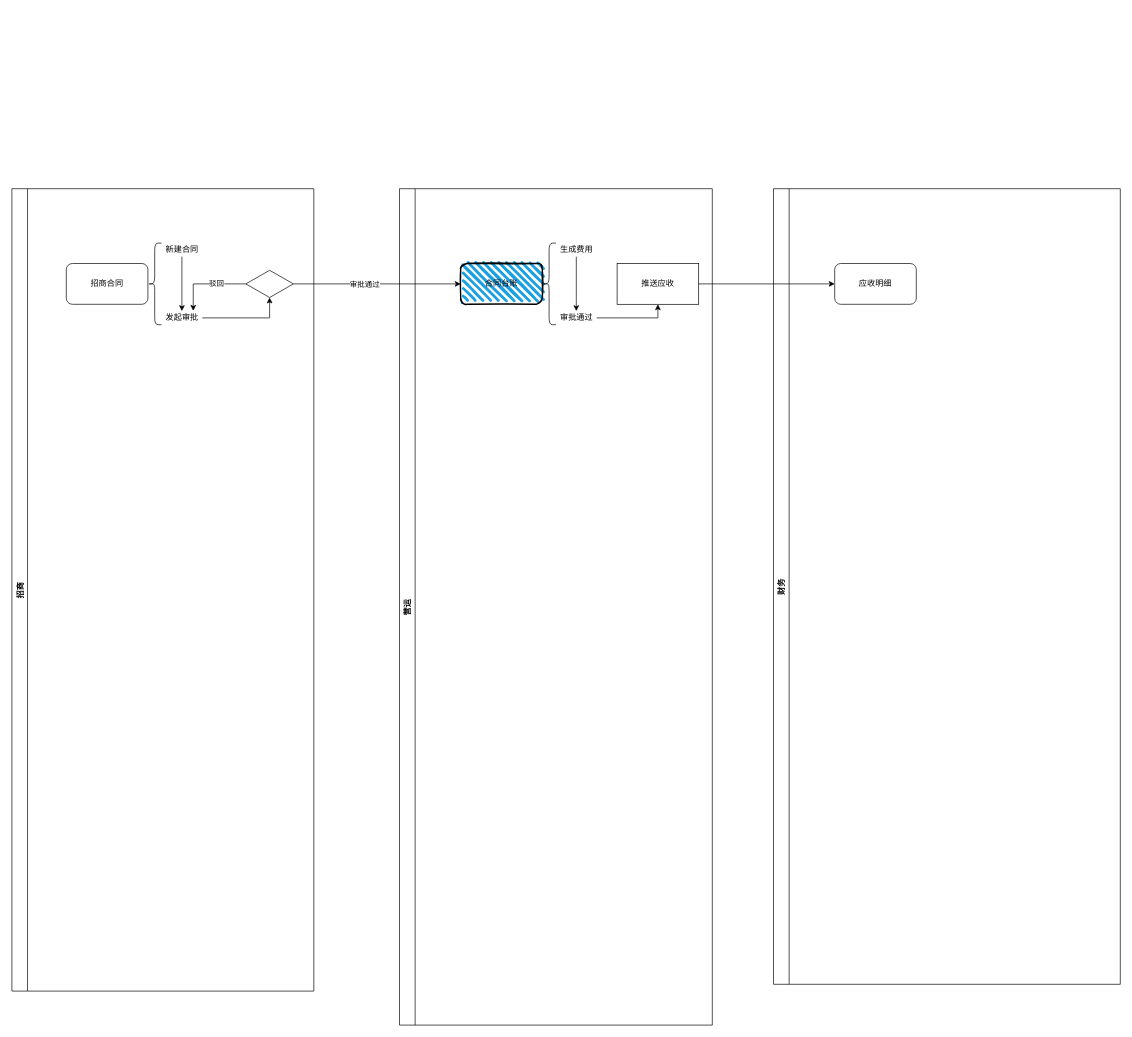
Above: Untitled Diagram.drawio in lanrenspace/elementui-admin-template (draw.io), before the change. Source tidied: cells renumbered, new cells numbered last; positions are measured from the earlier drawing's top-left corner, leaving out a move shared by most shapes. Both pictures are drawn from the tidied source at 68%, with x=0, y=0 at pixel (12, 188).
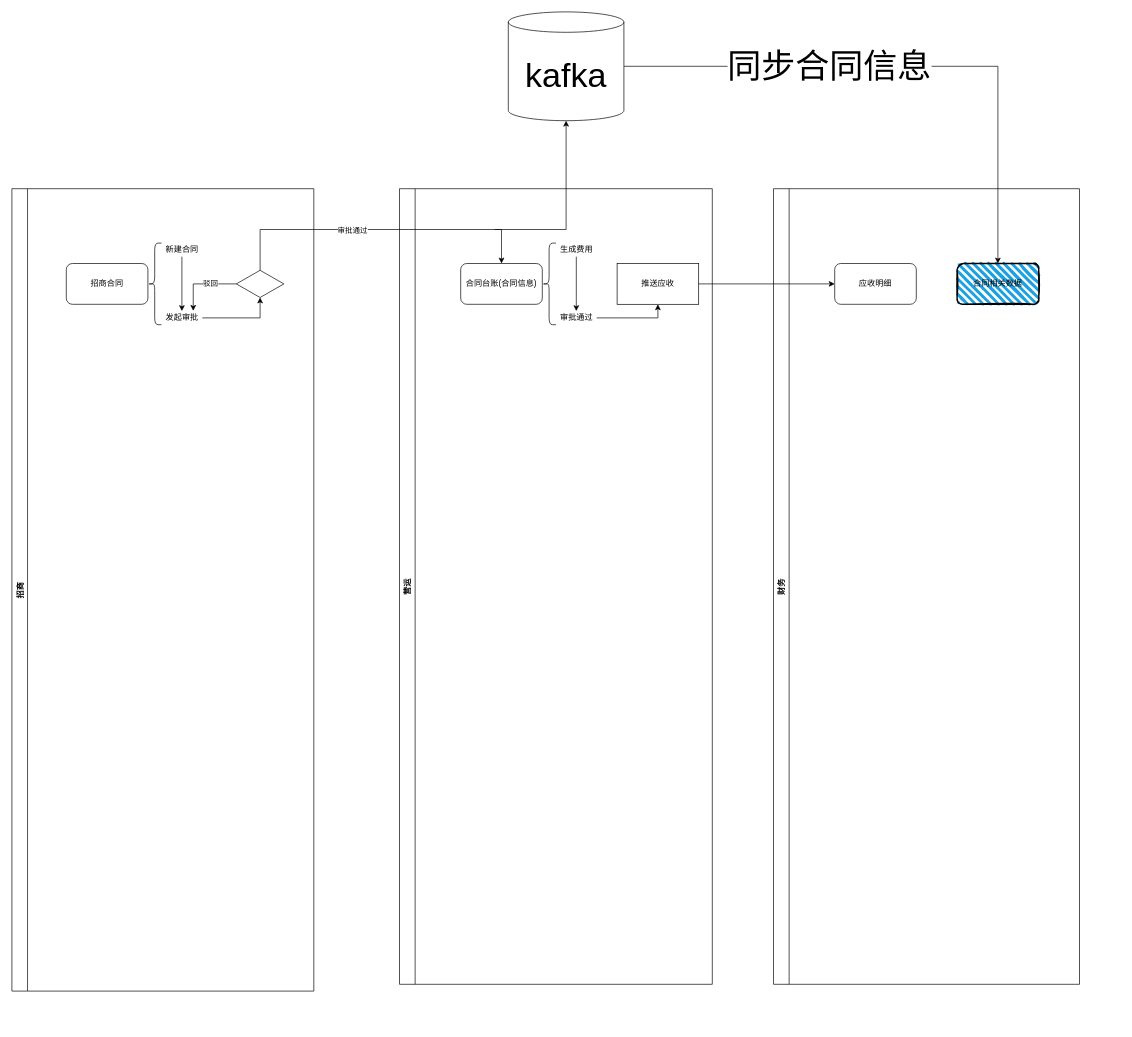
The same page after the edit.

Commit message:
合同新建审批

Unchanged cells that the change refers to:
```xml
<mxCell id="2" value="招商" style="swimlane;horizontal=0;" parent="1" vertex="1">
  <mxGeometry width="444" height="1180" as="geometry" />
</mxCell>
```

Diff of the diagram source:
```diff
@@
     <mxCell id="11" style="rhombus;whiteSpace=wrap;html=1;" parent="2" vertex="1">
-      <mxGeometry x="344" y="120" width="70" height="40" as="geometry" />
+      <mxGeometry x="330" y="120" width="70" height="40" as="geometry" />
     </mxCell>
     <mxCell id="12" value="营运" style="swimlane;horizontal=0;startSize=23;" parent="1" vertex="1">
-      <mxGeometry x="570" width="460" height="1230" as="geometry" />
+      <mxGeometry x="570" width="460" height="1170" as="geometry" />
     </mxCell>
-    <mxCell id="13" value="合同台账" style="rounded=1;whiteSpace=wrap;html=1;strokeWidth=2;fillWeight=4;hachureGap=8;hachureAngle=45;fillColor=#1ba1e2;sketch=1;" parent="12" vertex="1">
-      <mxGeometry x="90" y="110" width="120" height="60" as="geometry" />
-    </mxCell>
@@
+    <mxCell id="25" value="合同台账(合同信息)" style="rounded=1;whiteSpace=wrap;html=1;" parent="12" vertex="1">
+      <mxGeometry x="90" y="110" width="120" height="60" as="geometry" />
+    </mxCell>
+    <mxCell id="26" style="edgeStyle=segmentEdgeStyle;endArrow=classic;html=1;rounded=0;fontSize=50;" parent="12" edge="1" target="30">
+      <mxGeometry relative="1" as="geometry">
+        <mxPoint x="140" y="60" as="sourcePoint" />
+        <Array as="points">
+          <mxPoint x="245" y="60" />
+        </Array>
+      </mxGeometry>
+    </mxCell>
     <mxCell id="20" value="财务" style="swimlane;horizontal=0;startSize=23;" parent="1" vertex="1">
-      <mxGeometry x="1120" width="510" height="1170" as="geometry" />
+      <mxGeometry x="1120" width="450" height="1170" as="geometry" />
     </mxCell>
@@
+    <mxCell id="27" value="合同相关数据" style="rounded=1;whiteSpace=wrap;html=1;strokeWidth=2;fillWeight=4;hachureGap=8;hachureAngle=45;fillColor=#1ba1e2;sketch=1;" parent="20" vertex="1">
+      <mxGeometry x="270" y="110" width="120" height="60" as="geometry" />
+    </mxCell>
-    <mxCell id="22" style="edgeStyle=orthogonalEdgeStyle;rounded=0;jettySize=auto;html=1;entryX=0;entryY=0.5;entryDx=0;entryDy=0;" parent="1" edge="1" source="11" target="13">
-      <mxGeometry relative="1" as="geometry" />
+    <mxCell id="22" style="edgeStyle=orthogonalEdgeStyle;rounded=0;jettySize=auto;html=1;" parent="1" edge="1" source="11">
+      <mxGeometry relative="1" as="geometry">
+        <mxPoint x="720" y="110" as="targetPoint" />
+        <Array as="points">
+          <mxPoint x="409" y="60" />
+          <mxPoint x="720" y="60" />
+          <mxPoint x="720" y="110" />
+        </Array>
+      </mxGeometry>
     </mxCell>
     <mxCell id="23" value="审批通过" style="edgeLabel;html=1;align=center;verticalAlign=middle;" parent="22" vertex="1">
       <mxGeometry x="-0.42" relative="1" as="geometry">
-        <mxPoint x="33" as="offset" />
+        <mxPoint x="60" as="offset" />
       </mxGeometry>
     </mxCell>
@@
+    <mxCell id="28" style="edgeStyle=orthogonalEdgeStyle;rounded=0;jettySize=auto;html=1;fontSize=50;" parent="1" edge="1" source="30" target="27">
+      <mxGeometry relative="1" as="geometry" />
+    </mxCell>
+    <mxCell id="29" value="同步合同信息" style="edgeLabel;html=1;align=center;verticalAlign=middle;fontSize=50;" parent="28" vertex="1">
+      <mxGeometry x="-0.28" y="2" relative="1" as="geometry">
+        <mxPoint x="-1" as="offset" />
+      </mxGeometry>
+    </mxCell>
+    <mxCell id="30" value="kafka" style="shape=cylinder3;whiteSpace=wrap;html=1;boundedLbl=1;backgroundOutline=1;size=15;fontSize=50;" parent="1" vertex="1">
+      <mxGeometry x="730" y="-260" width="170" height="160" as="geometry" />
+    </mxCell>
```
